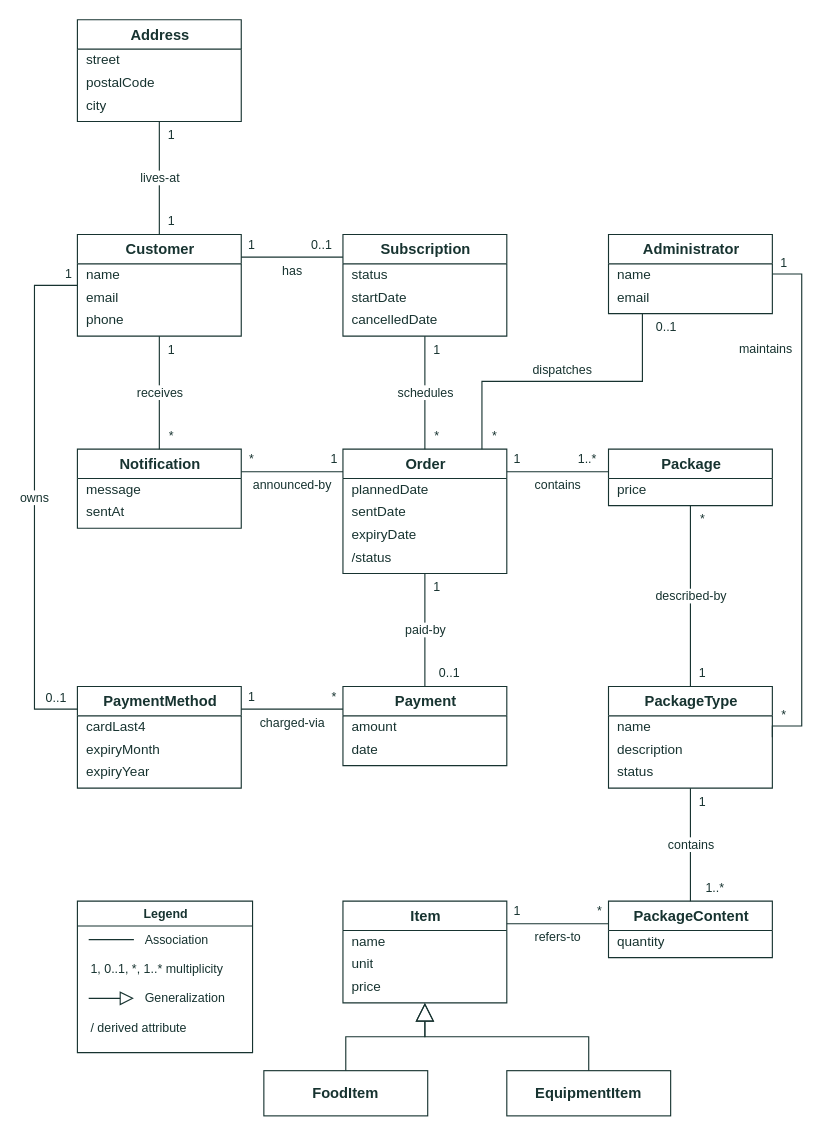
This is page "Domain model" (1 of 3) of docs/assets/drawio/domain-model.drawio from Mosekjaer/prepmeup, a draw.io file, before an edit. Source tidied: cells renumbered, new cells numbered last; positions are measured from the earlier drawing's top-left corner, leaving out a move shared by most shapes. Both pictures are drawn from the tidied source at 113%, with x=0, y=0 at pixel (34, 19).
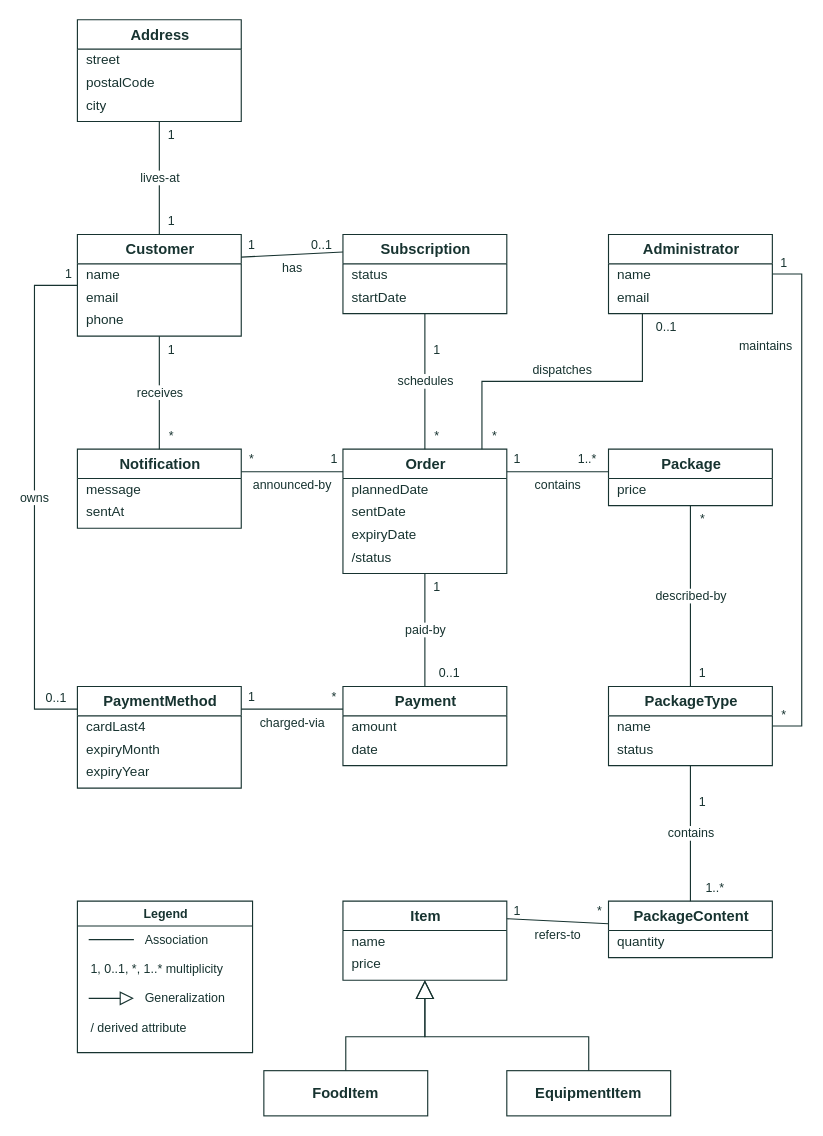
Above is the later version.

Change to the diagram source:
```diff
@@
     <mxCell id="10" value="Subscription" style="swimlane;fontStyle=1;horizontal=1;startSize=26;fillColor=#FFFFFF;swimlaneFillColor=#FFFFFF;strokeColor=#173330;fontColor=#173330;fontFamily=Arial;fontSize=13;html=1;" parent="1" vertex="1">
-      <mxGeometry x="273" y="190" width="145" height="90" as="geometry" />
+      <mxGeometry x="273" y="190" width="145" height="70" as="geometry" />
     </mxCell>
@@
-    <mxCell id="13" value="cancelledDate" style="text;strokeColor=none;fillColor=none;align=left;verticalAlign=middle;spacingLeft=6;spacingRight=4;overflow=hidden;fontFamily=Arial;fontSize=12;html=1;fontColor=#173330;" parent="10" vertex="1">
-      <mxGeometry y="66" width="145" height="20" as="geometry" />
-    </mxCell>
@@
     <mxCell id="27" value="PackageType" style="swimlane;fontStyle=1;horizontal=1;startSize=26;fillColor=#FFFFFF;swimlaneFillColor=#FFFFFF;strokeColor=#173330;fontColor=#173330;fontFamily=Arial;fontSize=13;html=1;" parent="1" vertex="1">
-      <mxGeometry x="508" y="590" width="145" height="90" as="geometry" />
+      <mxGeometry x="508" y="590" width="145" height="70" as="geometry" />
     </mxCell>
@@
-    <mxCell id="29" value="description" style="text;strokeColor=none;fillColor=none;align=left;verticalAlign=middle;spacingLeft=6;spacingRight=4;overflow=hidden;fontFamily=Arial;fontSize=12;html=1;fontColor=#173330;" parent="27" vertex="1">
-      <mxGeometry y="46" width="145" height="20" as="geometry" />
-    </mxCell>
     <mxCell id="30" value="status" style="text;strokeColor=none;fillColor=none;align=left;verticalAlign=middle;spacingLeft=6;spacingRight=4;overflow=hidden;fontFamily=Arial;fontSize=12;html=1;fontColor=#173330;" parent="27" vertex="1">
-      <mxGeometry y="66" width="145" height="20" as="geometry" />
+      <mxGeometry y="46" width="145" height="20" as="geometry" />
     </mxCell>
@@
     <mxCell id="40" value="Item" style="swimlane;fontStyle=1;horizontal=1;startSize=26;fillColor=#FFFFFF;swimlaneFillColor=#FFFFFF;strokeColor=#173330;fontColor=#173330;fontFamily=Arial;fontSize=13;html=1;" parent="1" vertex="1">
-      <mxGeometry x="273" y="780" width="145" height="90" as="geometry" />
+      <mxGeometry x="273" y="780" width="145" height="70" as="geometry" />
     </mxCell>
@@
-    <mxCell id="42" value="unit" style="text;strokeColor=none;fillColor=none;align=left;verticalAlign=middle;spacingLeft=6;spacingRight=4;overflow=hidden;fontFamily=Arial;fontSize=12;html=1;fontColor=#173330;" parent="40" vertex="1">
-      <mxGeometry y="46" width="145" height="20" as="geometry" />
-    </mxCell>
     <mxCell id="43" value="price" style="text;strokeColor=none;fillColor=none;align=left;verticalAlign=middle;spacingLeft=6;spacingRight=4;overflow=hidden;fontFamily=Arial;fontSize=12;html=1;fontColor=#173330;" parent="40" vertex="1">
-      <mxGeometry y="66" width="145" height="20" as="geometry" />
+      <mxGeometry y="46" width="145" height="20" as="geometry" />
     </mxCell>
```
